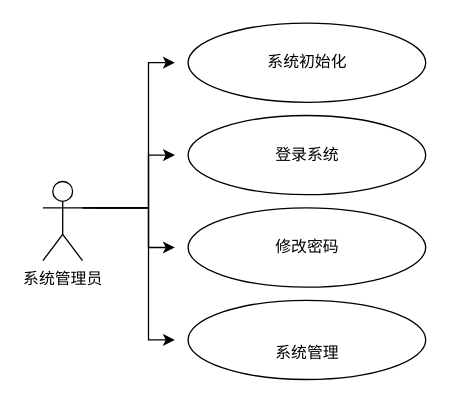
ab-doc/draw.io keeps this draw.io diagram as page "sys_manager_00" (1 of 3) of src/home/others/sys_init.drawio. Above is the earlier version. Source tidied: cells renumbered, new cells numbered last; positions are measured from the earlier drawing's top-left corner, leaving out a move shared by most shapes. Both pictures are drawn from the tidied source at 132%, with x=0, y=0 at pixel (42, 22).
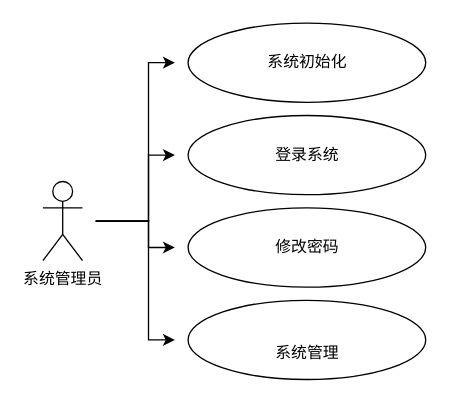
The same diagram, later.

The change refers to these unchanged cells:
```xml
<mxCell id="6" value="系统管理员" style="shape=umlActor;verticalLabelPosition=bottom;verticalAlign=top;html=1;" parent="1" vertex="1">
  <mxGeometry y="120" width="30" height="60" as="geometry" />
</mxCell>
```

The edit, as a diff of the source:
```diff
@@
     <mxCell id="2" style="edgeStyle=orthogonalEdgeStyle;rounded=0;orthogonalLoop=1;jettySize=auto;html=1;" parent="1" edge="1">
       <mxGeometry relative="1" as="geometry">
-        <mxPoint x="40" y="140" as="sourcePoint" />
+        <mxPoint x="40" y="150" as="sourcePoint" />
         <mxPoint x="100" y="30" as="targetPoint" />
         <Array as="points">
-          <mxPoint x="80" y="140" />
+          <mxPoint x="40" y="150" />
+          <mxPoint x="80" y="150" />
           <mxPoint x="80" y="30" />
         </Array>
       </mxGeometry>
     </mxCell>
     <mxCell id="3" style="rounded=0;orthogonalLoop=1;jettySize=auto;html=1;edgeStyle=orthogonalEdgeStyle;elbow=vertical;" parent="1" edge="1">
       <mxGeometry relative="1" as="geometry">
-        <mxPoint x="30" y="140" as="sourcePoint" />
+        <mxPoint x="40" y="150" as="sourcePoint" />
         <mxPoint x="100" y="240" as="targetPoint" />
         <Array as="points">
-          <mxPoint x="80" y="140" />
+          <mxPoint x="80" y="150" />
           <mxPoint x="80" y="240" />
-          <mxPoint x="100" y="240" />
         </Array>
       </mxGeometry>
     </mxCell>
-    <mxCell id="4" style="edgeStyle=orthogonalEdgeStyle;rounded=0;jettySize=auto;html=1;exitX=1;exitY=0.3333333333333333;exitDx=0;exitDy=0;exitPerimeter=0;" parent="1" edge="1" source="6">
+    <mxCell id="4" style="edgeStyle=orthogonalEdgeStyle;rounded=0;orthogonalLoop=1;jettySize=auto;html=1;" parent="1" edge="1">
       <mxGeometry relative="1" as="geometry">
+        <mxPoint x="40" y="150" as="sourcePoint" />
         <mxPoint x="100" y="100" as="targetPoint" />
         <Array as="points">
-          <mxPoint x="80" y="140" />
+          <mxPoint x="80" y="150" />
           <mxPoint x="80" y="100" />
         </Array>
       </mxGeometry>
     </mxCell>
     <mxCell id="5" style="edgeStyle=orthogonalEdgeStyle;rounded=0;orthogonalLoop=1;jettySize=auto;html=1;" parent="1" edge="1">
       <mxGeometry relative="1" as="geometry">
-        <mxPoint x="30" y="140" as="sourcePoint" />
+        <mxPoint x="40" y="150" as="sourcePoint" />
         <mxPoint x="100" y="170" as="targetPoint" />
         <Array as="points">
-          <mxPoint x="80" y="140" />
+          <mxPoint x="80" y="150" />
           <mxPoint x="80" y="170" />
         </Array>
       </mxGeometry>
     </mxCell>
```
